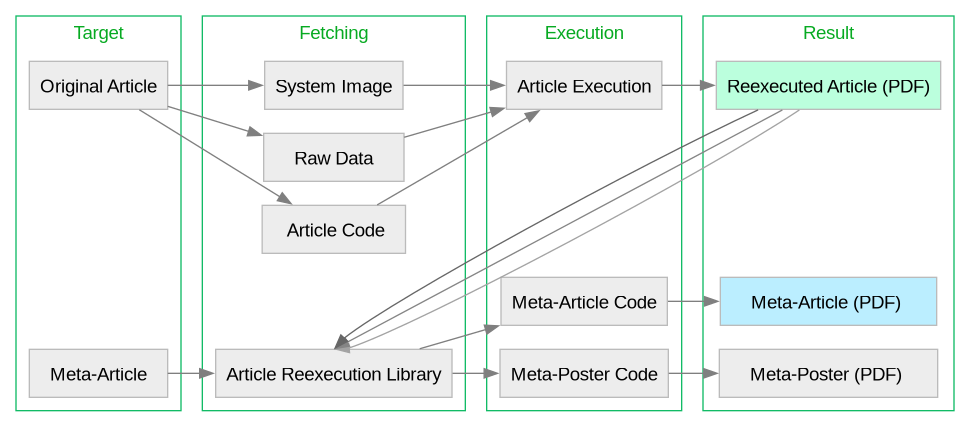
This is publishing/figs/workflow.png from con/opfvta-reexecution, a Graphviz export, as it was before one commit. Its source is kept beside it as publishing/data/workflow.dot.
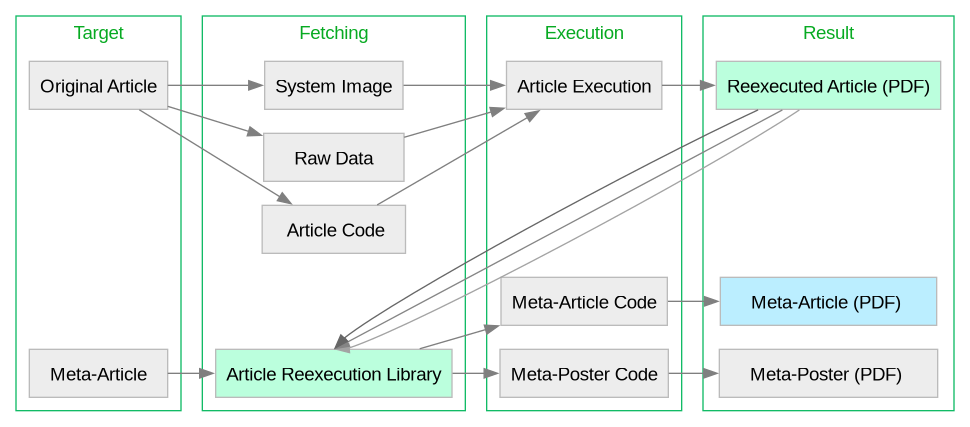
The same diagram one commit later.

Commit message:
Further style improvements

Change to the diagram source:
```diff
@@ -35,7 +35,7 @@
         rd[label="    Raw Data    ", shape=box, color="#BBBBBB", fillcolor=grey93];
         ac[label="   Article Code  ", shape=box, color="#BBBBBB", fillcolor=grey93];
         blank10[style=invis];
-        ras[label="Article Reexecution Library", shape=box, color="#BBBBBB", fillcolor=grey93];
+        ras[label="Article Reexecution Library", shape=box, color="#BBBBBB", fillcolor="#bbffdd"];
         }
 
     si -> ae [weight=9];
```
